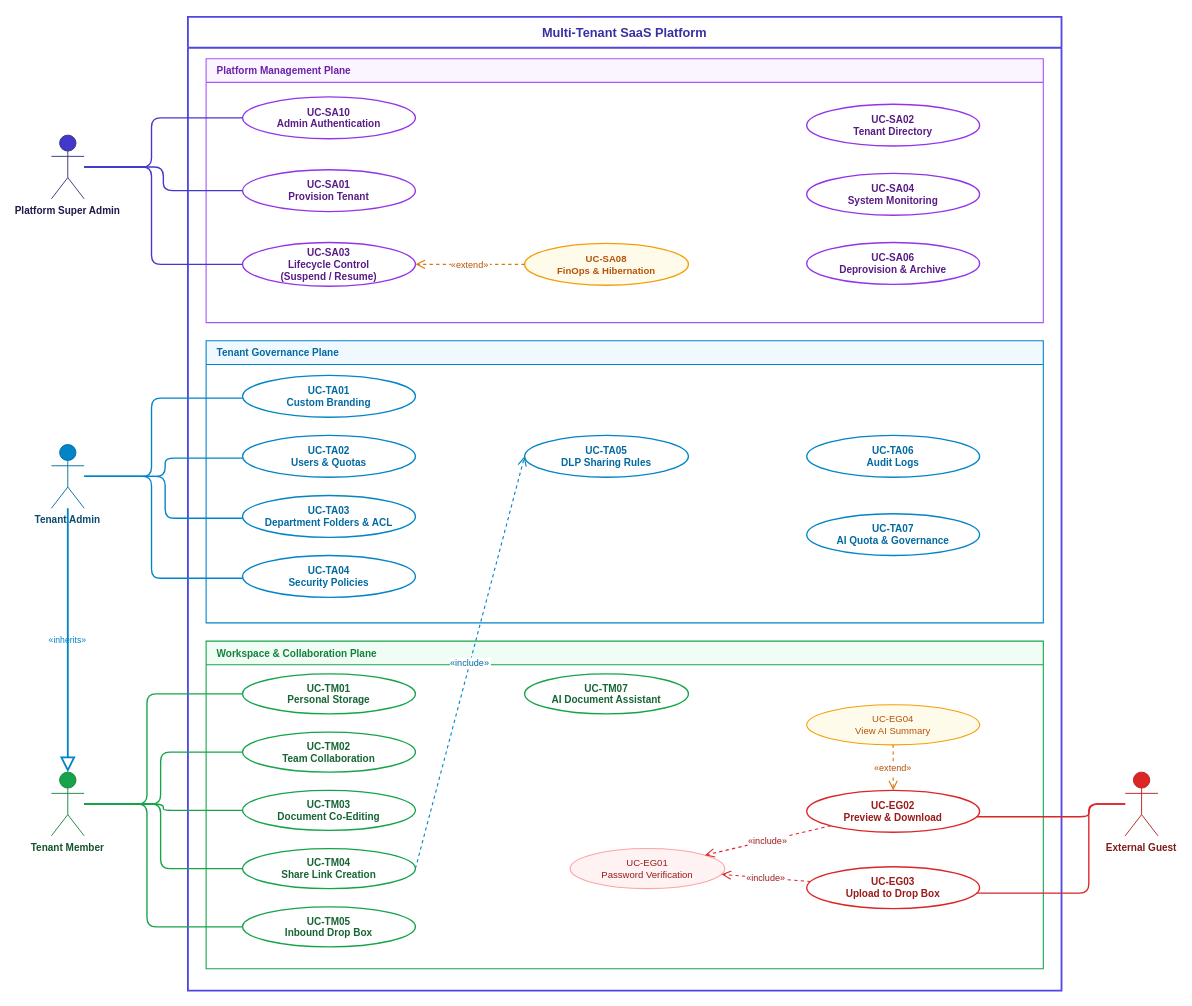
Before: system_master_usecase_architecture.drawio in FilestoreCloud/docs, a draw.io diagram. Source tidied: cells renumbered, new cells numbered last; positions are measured from the earlier drawing's top-left corner, leaving out a move shared by most shapes. Both pictures are drawn from the tidied source at 91%, with x=0, y=0 at pixel (51, 16).
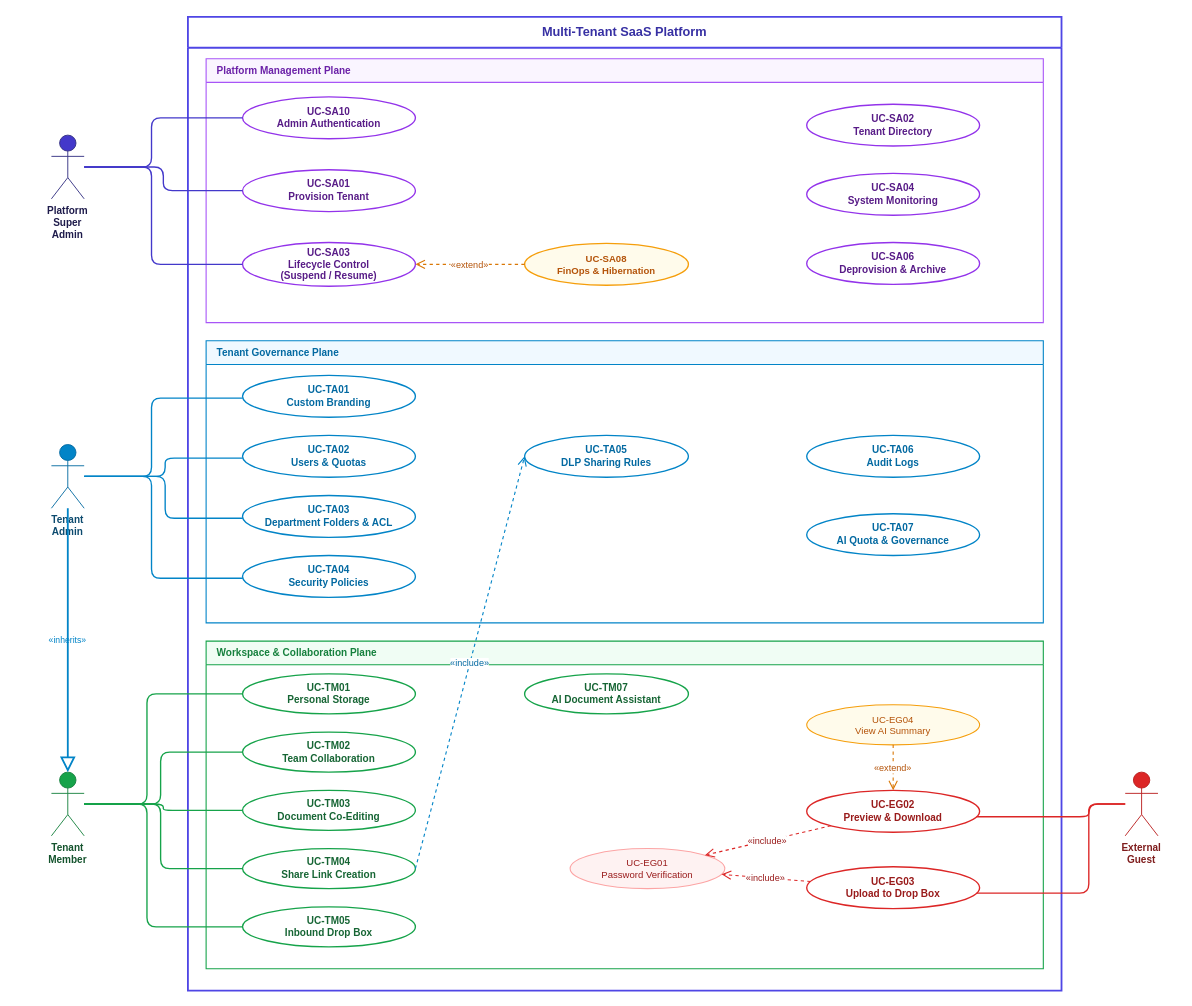
The same page after the edit.

The edit, as a diff of the source:
```diff
@@
-    <mxCell id="2" value="Multi-Tenant SaaS Platform" style="html=0;swimlane;startSize=34;fillColor=none;strokeColor=#4F46E5;strokeWidth=2;fontStyle=1;fontSize=14;fontColor=#3730A3;rounded=0;arcSize=0;align=center;" parent="1" vertex="1">
+    <mxCell id="2" value="Multi-Tenant SaaS Platform" style="html=0;swimlane;startSize=34;fillColor=none;strokeColor=#4F46E5;strokeWidth=2;fontStyle=1;fontSize=14;fontColor=#3730A3;rounded=0;arcSize=0;align=center;whiteSpace=wrap;" parent="1" vertex="1">
       <mxGeometry x="150" width="960" height="1070" as="geometry" />
     </mxCell>
-    <mxCell id="3" value="Platform Management Plane" style="html=0;swimlane;startSize=26;fillColor=#FAF5FF;strokeColor=#A855F7;strokeWidth=1.2;fontStyle=1;fontSize=11;fontColor=#6B21A8;rounded=0;arcSize=0;align=left;spacingLeft=10;" parent="2" vertex="1">
+    <mxCell id="3" value="Platform Management Plane" style="html=0;swimlane;startSize=26;fillColor=#FAF5FF;strokeColor=#A855F7;strokeWidth=1.2;fontStyle=1;fontSize=11;fontColor=#6B21A8;rounded=0;arcSize=0;align=left;spacingLeft=10;whiteSpace=wrap;" parent="2" vertex="1">
       <mxGeometry x="20" y="46" width="920" height="290" as="geometry" />
     </mxCell>
-    <mxCell id="4" value="UC-SA10&#10;Admin Authentication" style="ellipse;html=0;fillColor=#FFFFFF;strokeColor=#9333EA;strokeWidth=1.5;fontSize=11;fontColor=#581C87;align=center;fontStyle=1;" parent="3" vertex="1">
+    <mxCell id="4" value="UC-SA10&#10;Admin Authentication" style="ellipse;html=0;fillColor=#FFFFFF;strokeColor=#9333EA;strokeWidth=1.5;fontSize=11;fontColor=#581C87;align=center;fontStyle=1;whiteSpace=wrap;" parent="3" vertex="1">
       <mxGeometry x="40" y="42" width="190" height="46" as="geometry" />
     </mxCell>
-    <mxCell id="5" value="UC-SA01&#10;Provision Tenant" style="ellipse;html=0;fillColor=#FFFFFF;strokeColor=#9333EA;strokeWidth=1.5;fontSize=11;fontColor=#581C87;align=center;fontStyle=1;" parent="3" vertex="1">
+    <mxCell id="5" value="UC-SA01&#10;Provision Tenant" style="ellipse;html=0;fillColor=#FFFFFF;strokeColor=#9333EA;strokeWidth=1.5;fontSize=11;fontColor=#581C87;align=center;fontStyle=1;whiteSpace=wrap;" parent="3" vertex="1">
       <mxGeometry x="40" y="122" width="190" height="46" as="geometry" />
     </mxCell>
-    <mxCell id="6" value="UC-SA03&#10;Lifecycle Control&#10;(Suspend / Resume)" style="ellipse;html=0;fillColor=#FFFFFF;strokeColor=#9333EA;strokeWidth=1.5;fontSize=11;fontColor=#581C87;align=center;fontStyle=1;" parent="3" vertex="1">
+    <mxCell id="6" value="UC-SA03&#10;Lifecycle Control&#10;(Suspend / Resume)" style="ellipse;html=0;fillColor=#FFFFFF;strokeColor=#9333EA;strokeWidth=1.5;fontSize=11;fontColor=#581C87;align=center;fontStyle=1;whiteSpace=wrap;" parent="3" vertex="1">
       <mxGeometry x="40" y="202" width="190" height="48" as="geometry" />
     </mxCell>
-    <mxCell id="7" value="UC-SA08&#10;FinOps &amp; Hibernation" style="ellipse;html=0;fillColor=#FFFBEB;strokeColor=#F59E0B;strokeWidth=1.5;fontSize=10.5;fontColor=#B45309;align=center;fontStyle=1;" parent="3" vertex="1">
+    <mxCell id="7" value="UC-SA08&#10;FinOps &amp; Hibernation" style="ellipse;html=0;fillColor=#FFFBEB;strokeColor=#F59E0B;strokeWidth=1.5;fontSize=10.5;fontColor=#B45309;align=center;fontStyle=1;whiteSpace=wrap;" parent="3" vertex="1">
       <mxGeometry x="350" y="203" width="180" height="46" as="geometry" />
     </mxCell>
-    <mxCell id="8" value="UC-SA02&#10;Tenant Directory" style="ellipse;html=0;fillColor=#FFFFFF;strokeColor=#9333EA;strokeWidth=1.5;fontSize=11;fontColor=#581C87;align=center;fontStyle=1;" parent="3" vertex="1">
+    <mxCell id="8" value="UC-SA02&#10;Tenant Directory" style="ellipse;html=0;fillColor=#FFFFFF;strokeColor=#9333EA;strokeWidth=1.5;fontSize=11;fontColor=#581C87;align=center;fontStyle=1;whiteSpace=wrap;" parent="3" vertex="1">
       <mxGeometry x="660" y="50" width="190" height="46" as="geometry" />
     </mxCell>
-    <mxCell id="9" value="UC-SA04&#10;System Monitoring" style="ellipse;html=0;fillColor=#FFFFFF;strokeColor=#9333EA;strokeWidth=1.5;fontSize=11;fontColor=#581C87;align=center;fontStyle=1;" parent="3" vertex="1">
+    <mxCell id="9" value="UC-SA04&#10;System Monitoring" style="ellipse;html=0;fillColor=#FFFFFF;strokeColor=#9333EA;strokeWidth=1.5;fontSize=11;fontColor=#581C87;align=center;fontStyle=1;whiteSpace=wrap;" parent="3" vertex="1">
       <mxGeometry x="660" y="126" width="190" height="46" as="geometry" />
     </mxCell>
-    <mxCell id="10" value="UC-SA06&#10;Deprovision &amp; Archive" style="ellipse;html=0;fillColor=#FFFFFF;strokeColor=#9333EA;strokeWidth=1.5;fontSize=11;fontColor=#581C87;align=center;fontStyle=1;" parent="3" vertex="1">
+    <mxCell id="10" value="UC-SA06&#10;Deprovision &amp; Archive" style="ellipse;html=0;fillColor=#FFFFFF;strokeColor=#9333EA;strokeWidth=1.5;fontSize=11;fontColor=#581C87;align=center;fontStyle=1;whiteSpace=wrap;" parent="3" vertex="1">
       <mxGeometry x="660" y="202" width="190" height="46" as="geometry" />
     </mxCell>
-    <mxCell id="11" value="«extend»" style="edgeStyle=none;html=0;dashed=1;endArrow=open;endSize=8;strokeColor=#D97706;strokeWidth=1.2;fontSize=10;fontColor=#B45309;align=center;" parent="3" edge="1" source="7" target="6">
+    <mxCell id="11" value="«extend»" style="edgeStyle=none;html=0;dashed=1;endArrow=open;endSize=8;strokeColor=#D97706;strokeWidth=1.2;fontSize=10;fontColor=#B45309;align=center;whiteSpace=wrap;" parent="3" edge="1" source="7" target="6">
       <mxGeometry relative="1" as="geometry" />
     </mxCell>
-    <mxCell id="12" value="Tenant Governance Plane" style="html=0;swimlane;startSize=26;fillColor=#F0F9FF;strokeColor=#0284C7;strokeWidth=1.2;fontStyle=1;fontSize=11;fontColor=#0369A1;rounded=0;arcSize=0;align=left;spacingLeft=10;" parent="2" vertex="1">
+    <mxCell id="12" value="Tenant Governance Plane" style="html=0;swimlane;startSize=26;fillColor=#F0F9FF;strokeColor=#0284C7;strokeWidth=1.2;fontStyle=1;fontSize=11;fontColor=#0369A1;rounded=0;arcSize=0;align=left;spacingLeft=10;whiteSpace=wrap;" parent="2" vertex="1">
       <mxGeometry x="20" y="356" width="920" height="310" as="geometry" />
     </mxCell>
-    <mxCell id="13" value="UC-TA01&#10;Custom Branding" style="ellipse;html=0;fillColor=#FFFFFF;strokeColor=#0284C7;strokeWidth=1.5;fontSize=11;fontColor=#0369A1;align=center;fontStyle=1;" parent="12" vertex="1">
+    <mxCell id="13" value="UC-TA01&#10;Custom Branding" style="ellipse;html=0;fillColor=#FFFFFF;strokeColor=#0284C7;strokeWidth=1.5;fontSize=11;fontColor=#0369A1;align=center;fontStyle=1;whiteSpace=wrap;" parent="12" vertex="1">
       <mxGeometry x="40" y="38" width="190" height="46" as="geometry" />
     </mxCell>
-    <mxCell id="14" value="UC-TA02&#10;Users &amp; Quotas" style="ellipse;html=0;fillColor=#FFFFFF;strokeColor=#0284C7;strokeWidth=1.5;fontSize=11;fontColor=#0369A1;align=center;fontStyle=1;" parent="12" vertex="1">
+    <mxCell id="14" value="UC-TA02&#10;Users &amp; Quotas" style="ellipse;html=0;fillColor=#FFFFFF;strokeColor=#0284C7;strokeWidth=1.5;fontSize=11;fontColor=#0369A1;align=center;fontStyle=1;whiteSpace=wrap;" parent="12" vertex="1">
       <mxGeometry x="40" y="104" width="190" height="46" as="geometry" />
     </mxCell>
-    <mxCell id="15" value="UC-TA03&#10;Department Folders &amp; ACL" style="ellipse;html=0;fillColor=#FFFFFF;strokeColor=#0284C7;strokeWidth=1.5;fontSize=11;fontColor=#0369A1;align=center;fontStyle=1;" parent="12" vertex="1">
+    <mxCell id="15" value="UC-TA03&#10;Department Folders &amp; ACL" style="ellipse;html=0;fillColor=#FFFFFF;strokeColor=#0284C7;strokeWidth=1.5;fontSize=11;fontColor=#0369A1;align=center;fontStyle=1;whiteSpace=wrap;" parent="12" vertex="1">
       <mxGeometry x="40" y="170" width="190" height="46" as="geometry" />
     </mxCell>
-    <mxCell id="16" value="UC-TA04&#10;Security Policies" style="ellipse;html=0;fillColor=#FFFFFF;strokeColor=#0284C7;strokeWidth=1.5;fontSize=11;fontColor=#0369A1;align=center;fontStyle=1;" parent="12" vertex="1">
+    <mxCell id="16" value="UC-TA04&#10;Security Policies" style="ellipse;html=0;fillColor=#FFFFFF;strokeColor=#0284C7;strokeWidth=1.5;fontSize=11;fontColor=#0369A1;align=center;fontStyle=1;whiteSpace=wrap;" parent="12" vertex="1">
       <mxGeometry x="40" y="236" width="190" height="46" as="geometry" />
     </mxCell>
-    <mxCell id="17" value="UC-TA05&#10;DLP Sharing Rules" style="ellipse;html=0;fillColor=#FFFFFF;strokeColor=#0284C7;strokeWidth=1.5;fontSize=11;fontColor=#0369A1;align=center;fontStyle=1;" parent="12" vertex="1">
+    <mxCell id="17" value="UC-TA05&#10;DLP Sharing Rules" style="ellipse;html=0;fillColor=#FFFFFF;strokeColor=#0284C7;strokeWidth=1.5;fontSize=11;fontColor=#0369A1;align=center;fontStyle=1;whiteSpace=wrap;" parent="12" vertex="1">
       <mxGeometry x="350" y="104" width="180" height="46" as="geometry" />
     </mxCell>
-    <mxCell id="18" value="UC-TA06&#10;Audit Logs" style="ellipse;html=0;fillColor=#FFFFFF;strokeColor=#0284C7;strokeWidth=1.5;fontSize=11;fontColor=#0369A1;align=center;fontStyle=1;" parent="12" vertex="1">
+    <mxCell id="18" value="UC-TA06&#10;Audit Logs" style="ellipse;html=0;fillColor=#FFFFFF;strokeColor=#0284C7;strokeWidth=1.5;fontSize=11;fontColor=#0369A1;align=center;fontStyle=1;whiteSpace=wrap;" parent="12" vertex="1">
       <mxGeometry x="660" y="104" width="190" height="46" as="geometry" />
     </mxCell>
-    <mxCell id="19" value="UC-TA07&#10;AI Quota &amp; Governance" style="ellipse;html=0;fillColor=#FFFFFF;strokeColor=#0284C7;strokeWidth=1.5;fontSize=11;fontColor=#0369A1;align=center;fontStyle=1;" parent="12" vertex="1">
+    <mxCell id="19" value="UC-TA07&#10;AI Quota &amp; Governance" style="ellipse;html=0;fillColor=#FFFFFF;strokeColor=#0284C7;strokeWidth=1.5;fontSize=11;fontColor=#0369A1;align=center;fontStyle=1;whiteSpace=wrap;" parent="12" vertex="1">
       <mxGeometry x="660" y="190" width="190" height="46" as="geometry" />
     </mxCell>
-    <mxCell id="20" value="Workspace &amp; Collaboration Plane" style="html=0;swimlane;startSize=26;fillColor=#F0FDF4;strokeColor=#16A34A;strokeWidth=1.2;fontStyle=1;fontSize=11;fontColor=#15803D;rounded=0;arcSize=0;align=left;spacingLeft=10;" parent="2" vertex="1">
+    <mxCell id="20" value="Workspace &amp; Collaboration Plane" style="html=0;swimlane;startSize=26;fillColor=#F0FDF4;strokeColor=#16A34A;strokeWidth=1.2;fontStyle=1;fontSize=11;fontColor=#15803D;rounded=0;arcSize=0;align=left;spacingLeft=10;whiteSpace=wrap;" parent="2" vertex="1">
       <mxGeometry x="20" y="686" width="920" height="360" as="geometry" />
     </mxCell>
-    <mxCell id="21" value="UC-TM01&#10;Personal Storage" style="ellipse;html=0;fillColor=#FFFFFF;strokeColor=#16A34A;strokeWidth=1.5;fontSize=11;fontColor=#166534;align=center;fontStyle=1;" parent="20" vertex="1">
+    <mxCell id="21" value="UC-TM01&#10;Personal Storage" style="ellipse;html=0;fillColor=#FFFFFF;strokeColor=#16A34A;strokeWidth=1.5;fontSize=11;fontColor=#166534;align=center;fontStyle=1;whiteSpace=wrap;" parent="20" vertex="1">
       <mxGeometry x="40" y="36" width="190" height="44" as="geometry" />
     </mxCell>
-    <mxCell id="22" value="UC-TM02&#10;Team Collaboration" style="ellipse;html=0;fillColor=#FFFFFF;strokeColor=#16A34A;strokeWidth=1.5;fontSize=11;fontColor=#166534;align=center;fontStyle=1;" parent="20" vertex="1">
+    <mxCell id="22" value="UC-TM02&#10;Team Collaboration" style="ellipse;html=0;fillColor=#FFFFFF;strokeColor=#16A34A;strokeWidth=1.5;fontSize=11;fontColor=#166534;align=center;fontStyle=1;whiteSpace=wrap;" parent="20" vertex="1">
       <mxGeometry x="40" y="100" width="190" height="44" as="geometry" />
     </mxCell>
-    <mxCell id="23" value="UC-TM03&#10;Document Co-Editing" style="ellipse;html=0;fillColor=#FFFFFF;strokeColor=#16A34A;strokeWidth=1.5;fontSize=11;fontColor=#166534;align=center;fontStyle=1;" parent="20" vertex="1">
+    <mxCell id="23" value="UC-TM03&#10;Document Co-Editing" style="ellipse;html=0;fillColor=#FFFFFF;strokeColor=#16A34A;strokeWidth=1.5;fontSize=11;fontColor=#166534;align=center;fontStyle=1;whiteSpace=wrap;" parent="20" vertex="1">
       <mxGeometry x="40" y="164" width="190" height="44" as="geometry" />
     </mxCell>
-    <mxCell id="24" value="UC-TM04&#10;Share Link Creation" style="ellipse;html=0;fillColor=#FFFFFF;strokeColor=#16A34A;strokeWidth=1.5;fontSize=11;fontColor=#166534;align=center;fontStyle=1;" parent="20" vertex="1">
+    <mxCell id="24" value="UC-TM04&#10;Share Link Creation" style="ellipse;html=0;fillColor=#FFFFFF;strokeColor=#16A34A;strokeWidth=1.5;fontSize=11;fontColor=#166534;align=center;fontStyle=1;whiteSpace=wrap;" parent="20" vertex="1">
       <mxGeometry x="40" y="228" width="190" height="44" as="geometry" />
     </mxCell>
-    <mxCell id="25" value="UC-TM05&#10;Inbound Drop Box" style="ellipse;html=0;fillColor=#FFFFFF;strokeColor=#16A34A;strokeWidth=1.5;fontSize=11;fontColor=#166534;align=center;fontStyle=1;" parent="20" vertex="1">
+    <mxCell id="25" value="UC-TM05&#10;Inbound Drop Box" style="ellipse;html=0;fillColor=#FFFFFF;strokeColor=#16A34A;strokeWidth=1.5;fontSize=11;fontColor=#166534;align=center;fontStyle=1;whiteSpace=wrap;" parent="20" vertex="1">
       <mxGeometry x="40" y="292" width="190" height="44" as="geometry" />
     </mxCell>
-    <mxCell id="26" value="UC-TM07&#10;AI Document Assistant" style="ellipse;html=0;fillColor=#FFFFFF;strokeColor=#16A34A;strokeWidth=1.5;fontSize=11;fontColor=#166534;align=center;fontStyle=1;" parent="20" vertex="1">
+    <mxCell id="26" value="UC-TM07&#10;AI Document Assistant" style="ellipse;html=0;fillColor=#FFFFFF;strokeColor=#16A34A;strokeWidth=1.5;fontSize=11;fontColor=#166534;align=center;fontStyle=1;whiteSpace=wrap;" parent="20" vertex="1">
       <mxGeometry x="350" y="36" width="180" height="44" as="geometry" />
     </mxCell>
-    <mxCell id="27" value="UC-EG01&#10;Password Verification" style="ellipse;html=0;fillColor=#FEF2F2;strokeColor=#FCA5A5;strokeWidth=1.2;fontSize=10.5;fontColor=#991B1B;align=center;" parent="20" vertex="1">
+    <mxCell id="27" value="UC-EG01&#10;Password Verification" style="ellipse;html=0;fillColor=#FEF2F2;strokeColor=#FCA5A5;strokeWidth=1.2;fontSize=10.5;fontColor=#991B1B;align=center;whiteSpace=wrap;" parent="20" vertex="1">
       <mxGeometry x="400" y="228" width="170" height="44" as="geometry" />
     </mxCell>
-    <mxCell id="28" value="UC-EG02&#10;Preview &amp; Download" style="ellipse;html=0;fillColor=#FFFFFF;strokeColor=#DC2626;strokeWidth=1.5;fontSize=11;fontColor=#991B1B;align=center;fontStyle=1;" parent="20" vertex="1">
+    <mxCell id="28" value="UC-EG02&#10;Preview &amp; Download" style="ellipse;html=0;fillColor=#FFFFFF;strokeColor=#DC2626;strokeWidth=1.5;fontSize=11;fontColor=#991B1B;align=center;fontStyle=1;whiteSpace=wrap;" parent="20" vertex="1">
       <mxGeometry x="660" y="164" width="190" height="46" as="geometry" />
     </mxCell>
-    <mxCell id="29" value="UC-EG03&#10;Upload to Drop Box" style="ellipse;html=0;fillColor=#FFFFFF;strokeColor=#DC2626;strokeWidth=1.5;fontSize=11;fontColor=#991B1B;align=center;fontStyle=1;" parent="20" vertex="1">
+    <mxCell id="29" value="UC-EG03&#10;Upload to Drop Box" style="ellipse;html=0;fillColor=#FFFFFF;strokeColor=#DC2626;strokeWidth=1.5;fontSize=11;fontColor=#991B1B;align=center;fontStyle=1;whiteSpace=wrap;" parent="20" vertex="1">
       <mxGeometry x="660" y="248" width="190" height="46" as="geometry" />
     </mxCell>
-    <mxCell id="30" value="UC-EG04&#10;View AI Summary" style="ellipse;html=0;fillColor=#FFFBEB;strokeColor=#F59E0B;strokeWidth=1.2;fontSize=10.5;fontColor=#B45309;align=center;" parent="20" vertex="1">
+    <mxCell id="30" value="UC-EG04&#10;View AI Summary" style="ellipse;html=0;fillColor=#FFFBEB;strokeColor=#F59E0B;strokeWidth=1.2;fontSize=10.5;fontColor=#B45309;align=center;whiteSpace=wrap;" parent="20" vertex="1">
       <mxGeometry x="660" y="70" width="190" height="44" as="geometry" />
     </mxCell>
-    <mxCell id="31" value="«include»" style="edgeStyle=none;html=0;dashed=1;endArrow=open;endSize=8;strokeColor=#0284C7;strokeWidth=1.2;fontSize=10;fontColor=#0369A1;align=center;exitX=1;exitY=0.5;entryX=0;entryY=0.5;" parent="2" edge="1" source="24" target="17">
+    <mxCell id="31" value="«include»" style="edgeStyle=none;html=0;dashed=1;endArrow=open;endSize=8;strokeColor=#0284C7;strokeWidth=1.2;fontSize=10;fontColor=#0369A1;align=center;exitX=1;exitY=0.5;entryX=0;entryY=0.5;whiteSpace=wrap;" parent="2" edge="1" source="24" target="17">
       <mxGeometry relative="1" as="geometry" />
     </mxCell>
-    <mxCell id="32" value="«include»" style="edgeStyle=none;html=0;dashed=1;endArrow=open;endSize=8;strokeColor=#DC2626;strokeWidth=1.2;fontSize=10;fontColor=#991B1B;align=center;" parent="20" edge="1" source="28" target="27">
+    <mxCell id="32" value="«include»" style="edgeStyle=none;html=0;dashed=1;endArrow=open;endSize=8;strokeColor=#DC2626;strokeWidth=1.2;fontSize=10;fontColor=#991B1B;align=center;whiteSpace=wrap;" parent="20" edge="1" source="28" target="27">
       <mxGeometry relative="1" as="geometry" />
     </mxCell>
-    <mxCell id="33" value="«include»" style="edgeStyle=none;html=0;dashed=1;endArrow=open;endSize=8;strokeColor=#DC2626;strokeWidth=1.2;fontSize=10;fontColor=#991B1B;align=center;" parent="20" edge="1" source="29" target="27">
+    <mxCell id="33" value="«include»" style="edgeStyle=none;html=0;dashed=1;endArrow=open;endSize=8;strokeColor=#DC2626;strokeWidth=1.2;fontSize=10;fontColor=#991B1B;align=center;whiteSpace=wrap;" parent="20" edge="1" source="29" target="27">
       <mxGeometry relative="1" as="geometry" />
     </mxCell>
-    <mxCell id="34" value="«extend»" style="edgeStyle=none;html=0;dashed=1;endArrow=open;endSize=8;strokeColor=#D97706;strokeWidth=1.2;fontSize=10;fontColor=#B45309;align=center;" parent="20" edge="1" source="30" target="28">
+    <mxCell id="34" value="«extend»" style="edgeStyle=none;html=0;dashed=1;endArrow=open;endSize=8;strokeColor=#D97706;strokeWidth=1.2;fontSize=10;fontColor=#B45309;align=center;whiteSpace=wrap;" parent="20" edge="1" source="30" target="28">
       <mxGeometry relative="1" as="geometry" />
     </mxCell>
-    <mxCell id="35" value="Platform Super Admin" style="shape=umlActor;verticalLabelPosition=bottom;verticalAlign=top;html=0;outlineConnect=0;fillColor=#4338CA;strokeColor=#312E81;fontColor=#1E1B4B;fontSize=11;fontStyle=1;" parent="1" vertex="1">
+    <mxCell id="35" value="Platform Super Admin" style="shape=umlActor;verticalLabelPosition=bottom;verticalAlign=top;html=0;outlineConnect=0;fillColor=#4338CA;strokeColor=#312E81;fontColor=#1E1B4B;fontSize=11;fontStyle=1;whiteSpace=wrap;" parent="1" vertex="1">
       <mxGeometry y="130" width="36" height="70" as="geometry" />
     </mxCell>
-    <mxCell id="36" value="Tenant Admin" style="shape=umlActor;verticalLabelPosition=bottom;verticalAlign=top;html=0;outlineConnect=0;fillColor=#0284C7;strokeColor=#0369A1;fontColor=#0C4A6E;fontSize=11;fontStyle=1;" parent="1" vertex="1">
+    <mxCell id="36" value="Tenant Admin" style="shape=umlActor;verticalLabelPosition=bottom;verticalAlign=top;html=0;outlineConnect=0;fillColor=#0284C7;strokeColor=#0369A1;fontColor=#0C4A6E;fontSize=11;fontStyle=1;whiteSpace=wrap;" parent="1" vertex="1">
       <mxGeometry y="470" width="36" height="70" as="geometry" />
     </mxCell>
-    <mxCell id="37" value="Tenant Member" style="shape=umlActor;verticalLabelPosition=bottom;verticalAlign=top;html=0;outlineConnect=0;fillColor=#16A34A;strokeColor=#15803D;fontColor=#14532D;fontSize=11;fontStyle=1;" parent="1" vertex="1">
+    <mxCell id="37" value="Tenant Member" style="shape=umlActor;verticalLabelPosition=bottom;verticalAlign=top;html=0;outlineConnect=0;fillColor=#16A34A;strokeColor=#15803D;fontColor=#14532D;fontSize=11;fontStyle=1;whiteSpace=wrap;" parent="1" vertex="1">
       <mxGeometry y="830" width="36" height="70" as="geometry" />
     </mxCell>
-    <mxCell id="38" value="External Guest" style="shape=umlActor;verticalLabelPosition=bottom;verticalAlign=top;html=0;outlineConnect=0;fillColor=#DC2626;strokeColor=#B91C1C;fontColor=#7F1D1D;fontSize=11;fontStyle=1;" parent="1" vertex="1">
+    <mxCell id="38" value="External Guest" style="shape=umlActor;verticalLabelPosition=bottom;verticalAlign=top;html=0;outlineConnect=0;fillColor=#DC2626;strokeColor=#B91C1C;fontColor=#7F1D1D;fontSize=11;fontStyle=1;whiteSpace=wrap;" parent="1" vertex="1">
       <mxGeometry x="1180" y="830" width="36" height="70" as="geometry" />
     </mxCell>
-    <mxCell id="39" value="«inherits»" style="edgeStyle=orthogonalEdgeStyle;rounded=0;jettySize=auto;html=0;strokeColor=#0284C7;strokeWidth=2;endArrow=block;endFill=0;endSize=12;fontSize=9.5;fontColor=#0284C7;align=center;verticalAlign=middle;labelBackgroundColor=none;" parent="1" edge="1" source="36" target="37">
+    <mxCell id="39" value="«inherits»" style="edgeStyle=orthogonalEdgeStyle;rounded=0;jettySize=auto;html=0;strokeColor=#0284C7;strokeWidth=2;endArrow=block;endFill=0;endSize=12;fontSize=9.5;fontColor=#0284C7;align=center;verticalAlign=middle;labelBackgroundColor=none;whiteSpace=wrap;" parent="1" edge="1" source="36" target="37">
       <mxGeometry relative="1" as="geometry">
         <Array as="points">
           <mxPoint x="18" y="690" />
           <mxPoint x="18" y="690" />
         </Array>
       </mxGeometry>
     </mxCell>
```
